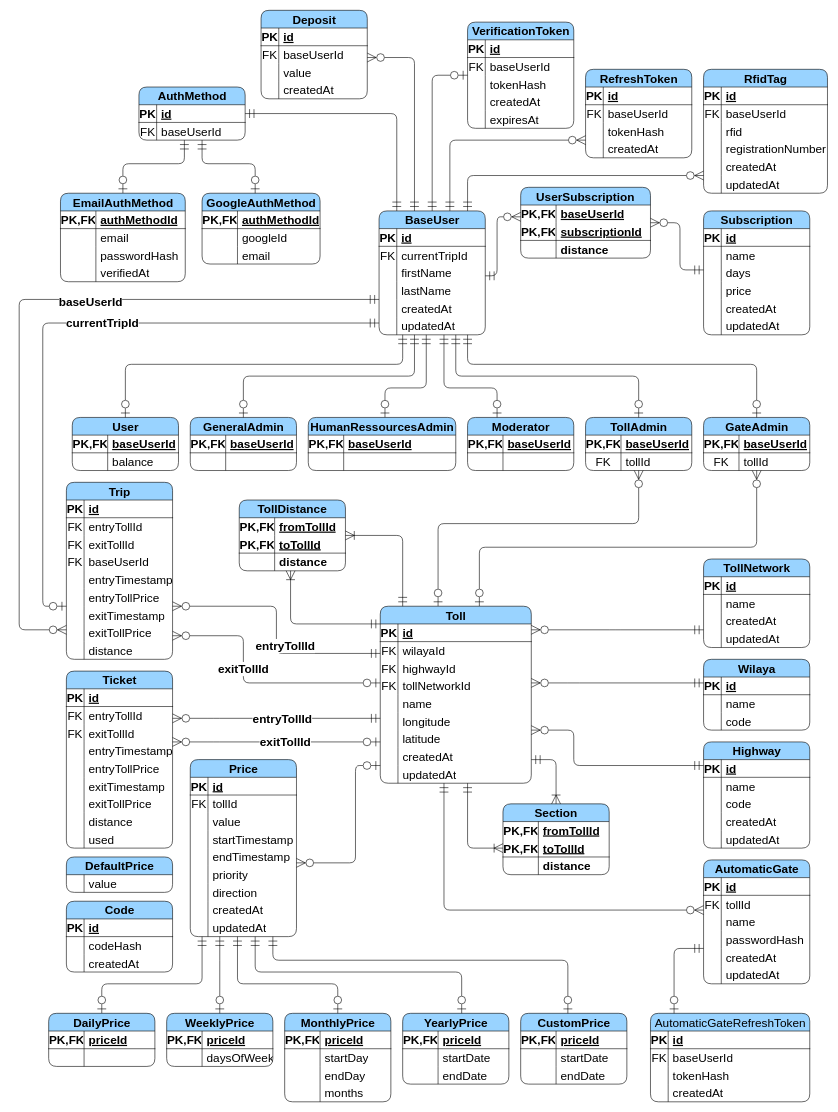
The draw.io diagram diagrams/entity-relation.drawio in devlotfi/peage-pay, before the edit. Source tidied: cells renumbered, new cells numbered last; positions are measured from the earlier drawing's top-left corner, leaving out a move shared by most shapes. Both pictures are drawn from the tidied source at 59%, with x=0, y=0 at pixel (19, 10).
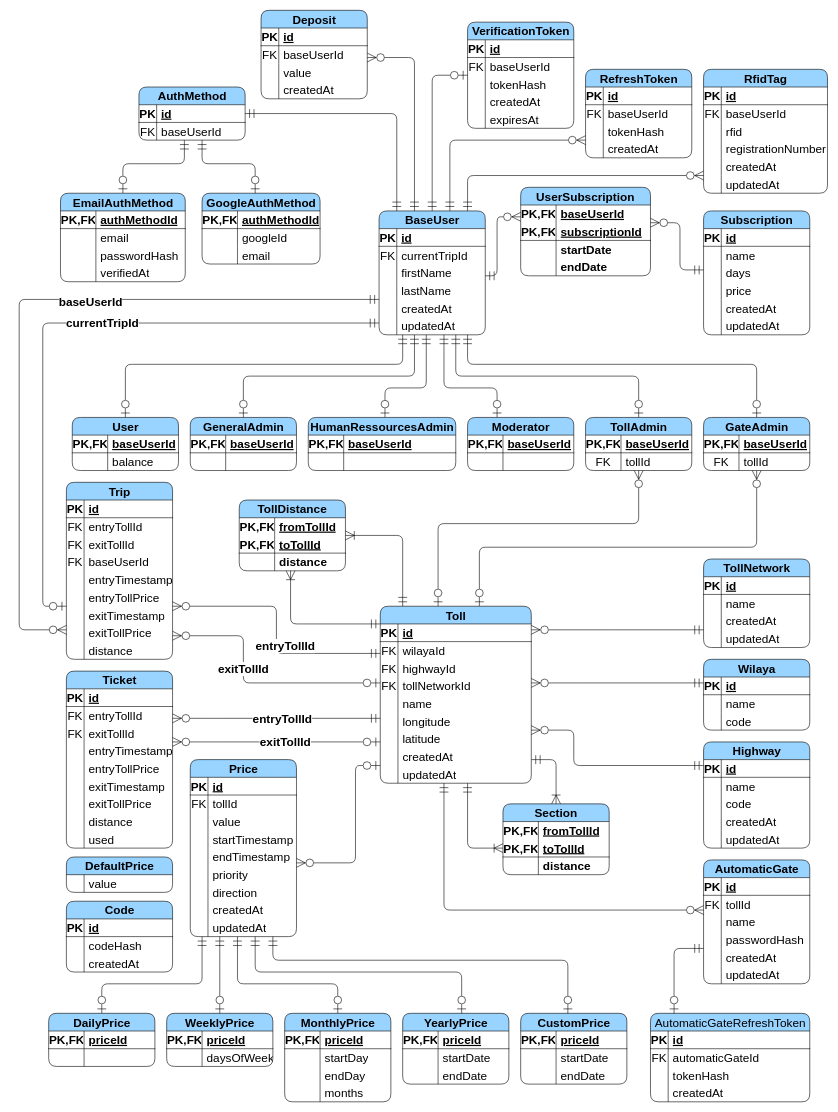
The same page after the edit.

The change refers to these unchanged cells:
```xml
<mxCell id="457" style="shape=tableRow;horizontal=0;startSize=0;swimlaneHead=0;swimlaneBody=0;fillColor=none;top=0;left=0;right=0;bottom=0;html=1;rounded=1;strokeColor=default;align=center;verticalAlign=middle;fontFamily=Helvetica;fontSize=20;fontColor=default;fontStyle=1;" parent="450" vertex="1">
  <mxGeometry y="90" width="220" height="30" as="geometry" />
</mxCell>
<mxCell id="466" style="shape=tableRow;horizontal=0;startSize=0;swimlaneHead=0;swimlaneBody=0;fillColor=none;top=0;left=0;right=0;bottom=0;fontSize=20;" parent="462" vertex="1">
  <mxGeometry y="60" width="270" height="30" as="geometry" />
</mxCell>
```

Change to the diagram source:
```diff
@@
     <mxCell id="450" value="UserSubscription" style="shape=table;startSize=30;childLayout=tableLayout;rowLines=0;fontStyle=1;align=center;html=1;whiteSpace=wrap;rounded=1;strokeColor=default;verticalAlign=middle;fontFamily=Helvetica;fontSize=20;fontColor=default;fillColor=#99D3FF;" parent="1" vertex="1">
-      <mxGeometry x="850" y="300" width="220" height="120" as="geometry" />
+      <mxGeometry x="850" y="300" width="220" height="150" as="geometry" />
     </mxCell>
@@
-    <mxCell id="459" value="distance" style="shape=partialRectangle;fillColor=none;top=0;left=0;bottom=0;right=0;align=left;spacingLeft=6;overflow=hidden;html=1;whiteSpace=wrap;rounded=1;strokeColor=default;verticalAlign=middle;fontFamily=Helvetica;fontSize=20;fontColor=default;fontStyle=1;" parent="457" vertex="1">
+    <mxCell id="459" value="startDate" style="shape=partialRectangle;fillColor=none;top=0;left=0;bottom=0;right=0;align=left;spacingLeft=6;overflow=hidden;html=1;whiteSpace=wrap;rounded=1;strokeColor=default;verticalAlign=middle;fontFamily=Helvetica;fontSize=20;fontColor=default;fontStyle=1;" parent="457" vertex="1">
       <mxGeometry x="60" width="160" height="30" as="geometry" />
     </mxCell>
+    <mxCell id="491" style="shape=tableRow;horizontal=0;startSize=0;swimlaneHead=0;swimlaneBody=0;fillColor=none;top=0;left=0;right=0;bottom=0;html=1;rounded=1;strokeColor=default;align=center;verticalAlign=middle;fontFamily=Helvetica;fontSize=20;fontColor=default;fontStyle=1;" parent="450" vertex="1">
+      <mxGeometry y="120" width="220" height="30" as="geometry" />
+    </mxCell>
+    <mxCell id="492" style="shape=partialRectangle;fillColor=none;top=0;left=0;bottom=0;right=0;overflow=hidden;html=1;whiteSpace=wrap;rounded=1;strokeColor=default;align=center;verticalAlign=middle;fontFamily=Helvetica;fontSize=20;fontColor=default;fontStyle=1;" parent="491" vertex="1">
+      <mxGeometry width="60" height="30" as="geometry" />
+    </mxCell>
+    <mxCell id="493" value="endDate" style="shape=partialRectangle;fillColor=none;top=0;left=0;bottom=0;right=0;align=left;spacingLeft=6;overflow=hidden;html=1;whiteSpace=wrap;rounded=1;strokeColor=default;verticalAlign=middle;fontFamily=Helvetica;fontSize=20;fontColor=default;fontStyle=1;" parent="491" vertex="1">
+      <mxGeometry x="60" width="160" height="30" as="geometry" />
+    </mxCell>
@@
-    <mxCell id="468" value="baseUserId" style="shape=partialRectangle;fillColor=none;top=0;left=0;bottom=0;right=0;align=left;spacingLeft=6;overflow=hidden;whiteSpace=wrap;html=1;fontSize=20;" parent="466" vertex="1">
+    <mxCell id="468" value="automaticGateId" style="shape=partialRectangle;fillColor=none;top=0;left=0;bottom=0;right=0;align=left;spacingLeft=6;overflow=hidden;whiteSpace=wrap;html=1;fontSize=20;" parent="466" vertex="1">
       <mxGeometry x="30" width="240" height="30" as="geometry" />
     </mxCell>
```
